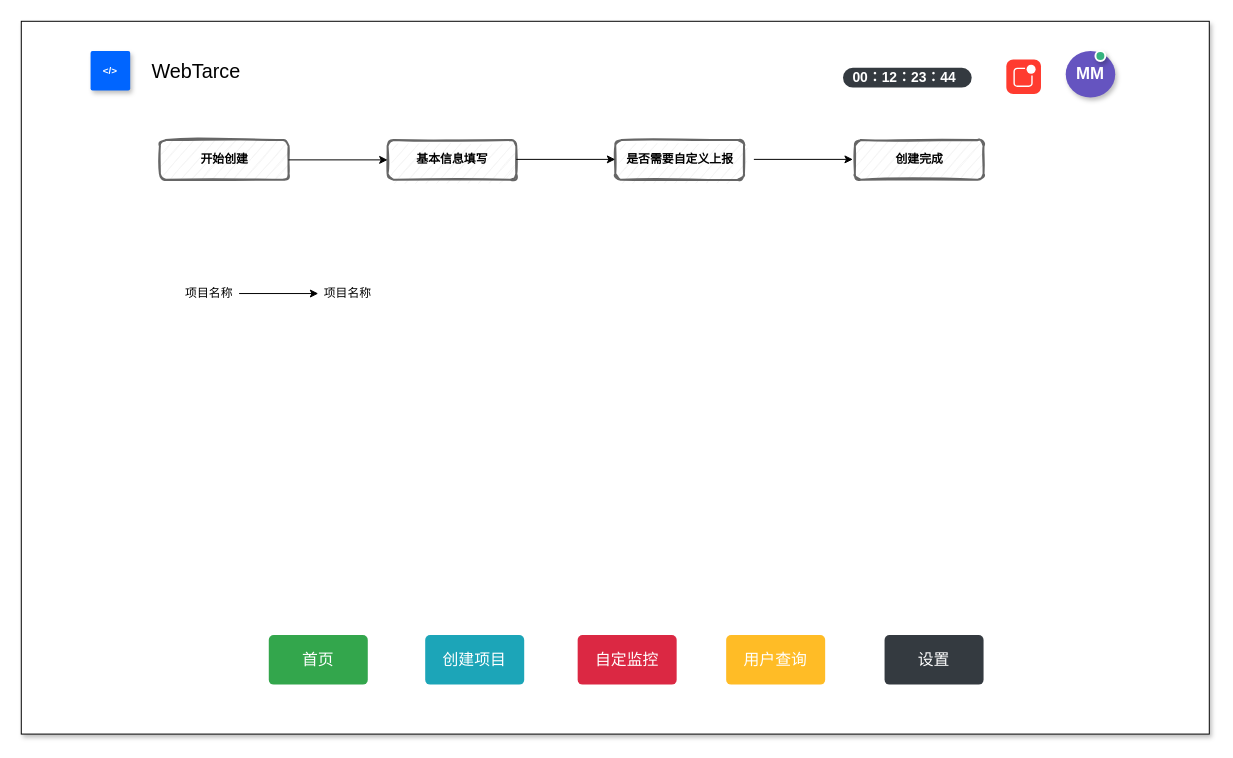
Before: page "创建项目" (4 of 5) of client/前端监控平台原型.drawio in lczCoder/monitor-screen, a draw.io diagram. Source tidied: cells renumbered, new cells numbered last; positions are measured from the earlier drawing's top-left corner, leaving out a move shared by most shapes. Both pictures are drawn from the tidied source at 99%, with x=0, y=0 at pixel (21, 21).
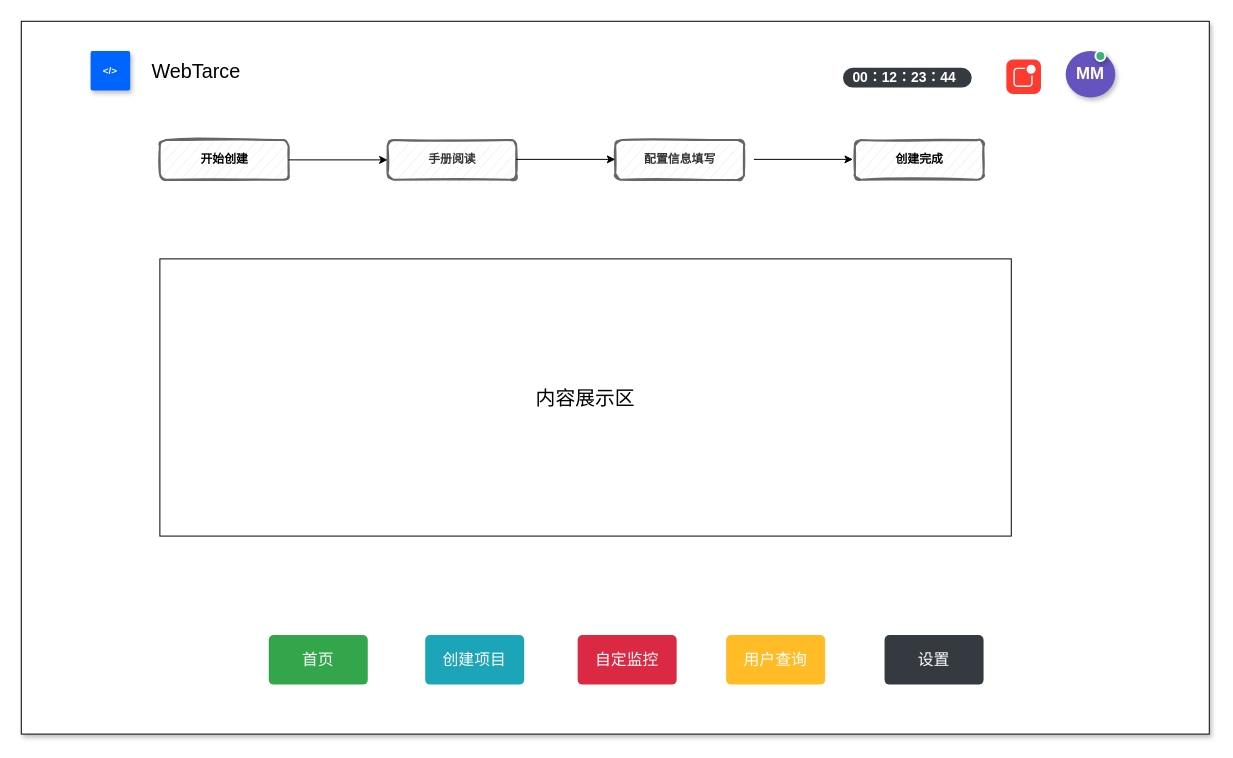
The same page after the edit.

Unchanged cells that the change refers to:
```xml
<mxCell id="2" style="group;" parent="1" vertex="1">
  <mxGeometry width="1200" height="720" as="geometry" />
</mxCell>
```

What changed in the source:
```diff
@@
-    <mxCell id="20" value="&lt;font color=&quot;#000000&quot;&gt;是否需要自定义上报&lt;/font&gt;" style="dashed=0;html=1;rounded=1;fillColor=#f5f5f5;strokeColor=#666666;fontSize=12;align=center;fontStyle=1;strokeWidth=2;fontColor=#333333;shadow=0;sketch=1;glass=0;" parent="2" vertex="1">
+    <mxCell id="20" value="配置信息填写" style="dashed=0;html=1;rounded=1;fillColor=#f5f5f5;strokeColor=#666666;fontSize=12;align=center;fontStyle=1;strokeWidth=2;fontColor=#333333;shadow=0;sketch=1;glass=0;" parent="2" vertex="1">
       <mxGeometry x="600" y="120" width="130" height="40" as="geometry" />
     </mxCell>
-    <mxCell id="21" value="&lt;font color=&quot;#000000&quot;&gt;基本信息填写&lt;/font&gt;" style="dashed=0;html=1;rounded=1;fillColor=#f5f5f5;strokeColor=#666666;fontSize=12;align=center;fontStyle=1;strokeWidth=2;fontColor=#333333;shadow=0;sketch=1;glass=0;" parent="2" vertex="1">
+    <mxCell id="21" value="手册阅读" style="dashed=0;html=1;rounded=1;fillColor=#f5f5f5;strokeColor=#666666;fontSize=12;align=center;fontStyle=1;strokeWidth=2;fontColor=#333333;shadow=0;sketch=1;glass=0;" parent="2" vertex="1">
       <mxGeometry x="370" y="120" width="130" height="40" as="geometry" />
     </mxCell>
@@
-    <mxCell id="25" value="项目名称" style="text;html=1;strokeColor=none;fillColor=none;align=center;verticalAlign=middle;whiteSpace=wrap;rounded=0;shadow=0;glass=0;sketch=1;fontColor=#000000;" parent="2" vertex="1">
-      <mxGeometry x="160" y="260" width="60" height="30" as="geometry" />
-    </mxCell>
-    <mxCell id="26" value="项目名称" style="text;html=1;strokeColor=none;fillColor=none;align=center;verticalAlign=middle;whiteSpace=wrap;rounded=0;shadow=0;glass=0;sketch=1;fontColor=#000000;" parent="1" vertex="1">
-      <mxGeometry x="300" y="260" width="60" height="30" as="geometry" />
-    </mxCell>
-    <mxCell id="27" style="edgeStyle=orthogonalEdgeStyle;rounded=0;jettySize=auto;html=1;fontColor=#000000;" parent="1" edge="1" source="25" target="26">
-      <mxGeometry relative="1" as="geometry" />
-    </mxCell>
+    <mxCell id="28" value="&lt;font style=&quot;font-size: 20px;&quot;&gt;内容展示区&lt;/font&gt;" style="rounded=0;whiteSpace=wrap;html=1;" parent="2" vertex="1">
+      <mxGeometry x="140" y="240" width="860" height="280" as="geometry" />
+    </mxCell>
```
